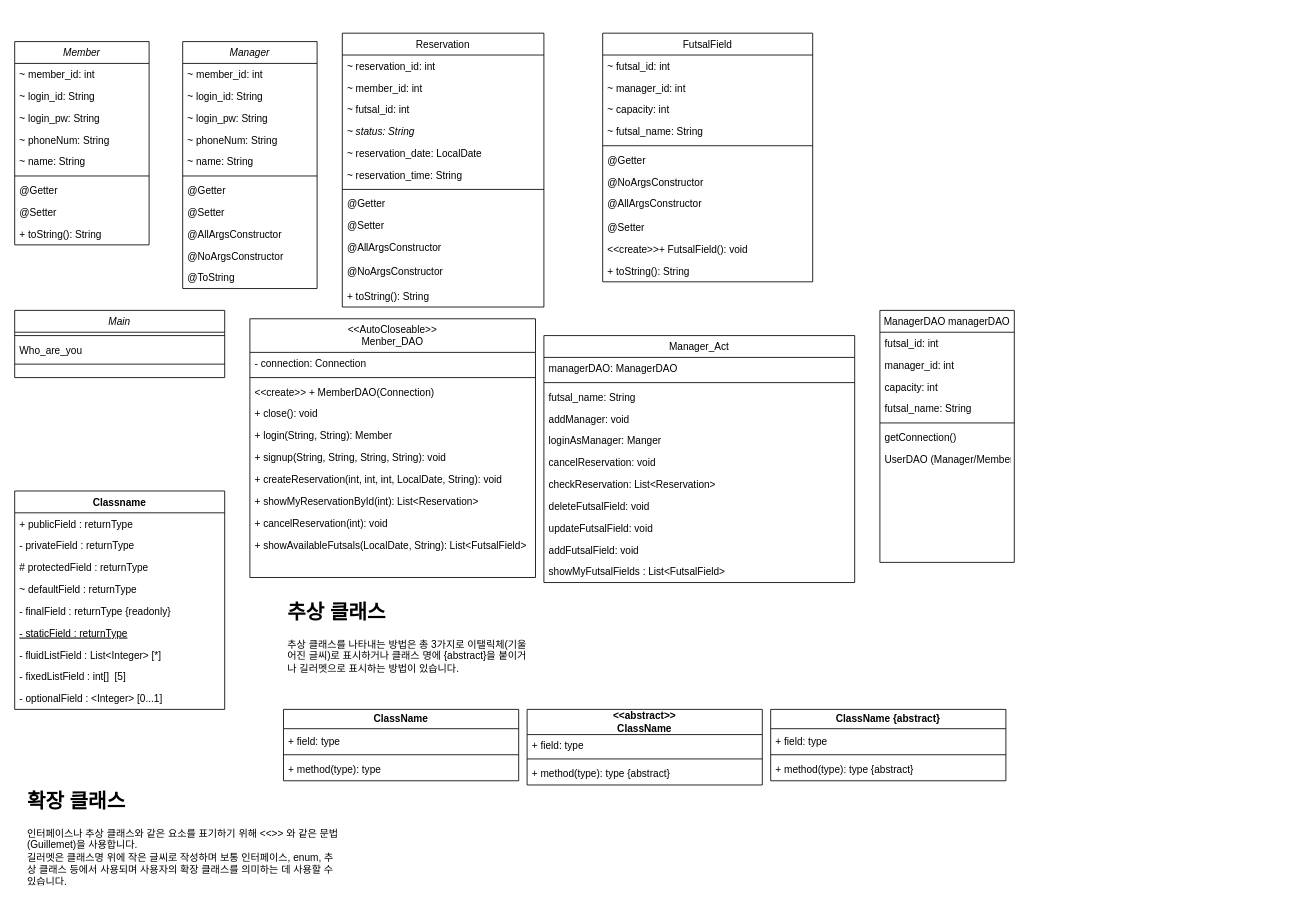
Above: page "Page-1" (1 of 2) of 풋살장 예약 시스템.drawio in mimimya/UMLs (draw.io), before the change. Source tidied: cells renumbered, new cells numbered last; positions are measured from the earlier drawing's top-left corner, leaving out a move shared by most shapes. Both pictures are drawn from the tidied source at 84%, with x=0, y=0 at pixel (14, 33).
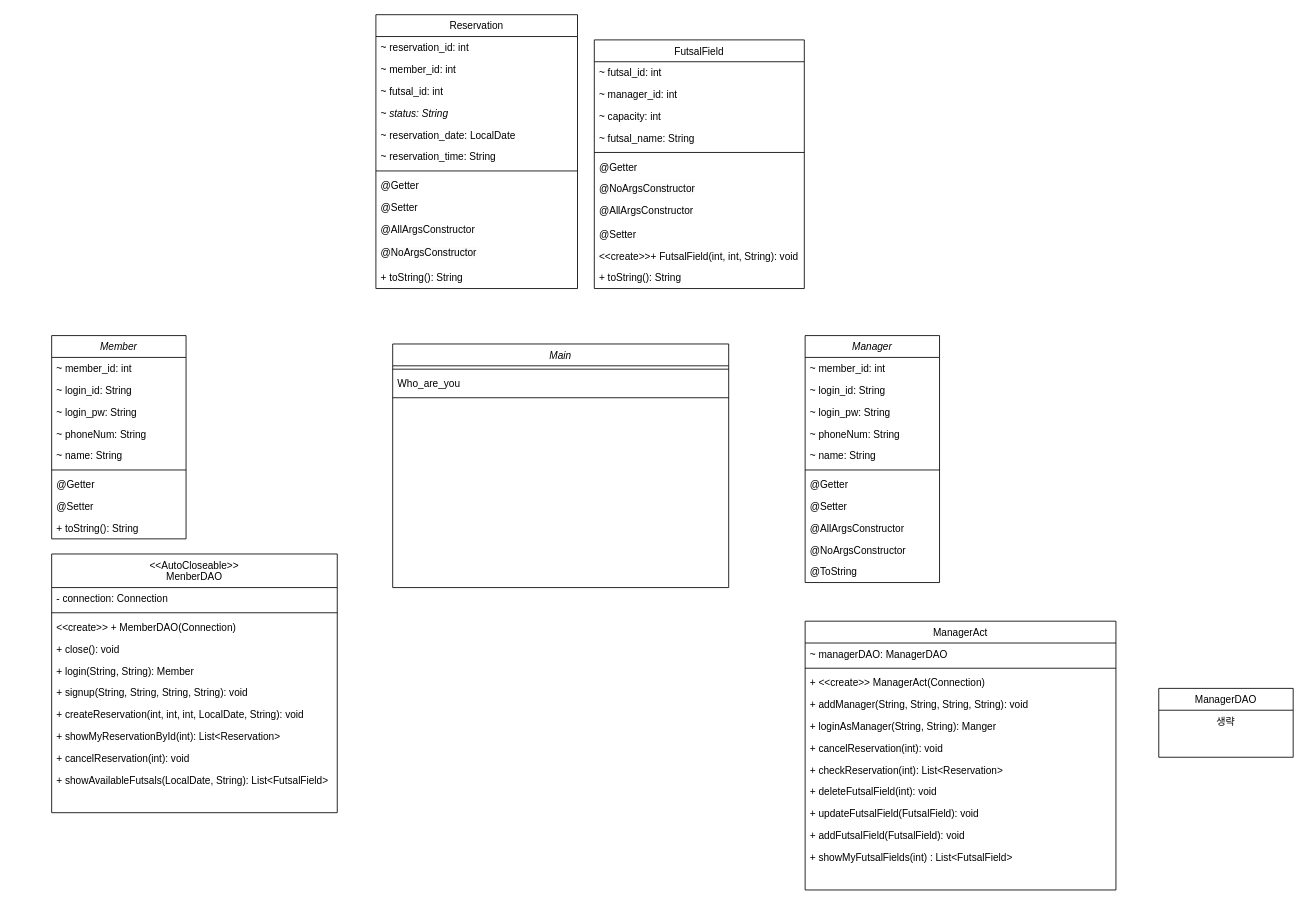
After the change.

Commit message (it also covers changes not shown here):
풋살장 예약 시스템.drawio 업데이트

What changed in the source:
```diff
@@
     <mxCell id="2" value="Member" style="swimlane;fontStyle=2;align=center;verticalAlign=top;horizontal=1;startSize=26;rounded=0;shadow=0;strokeWidth=1;" parent="1" vertex="1">
-      <mxGeometry y="10" width="160" height="242" as="geometry" />
+      <mxGeometry x="44" y="360" width="160" height="242" as="geometry" />
     </mxCell>
@@
     <mxCell id="12" value="FutsalField" style="swimlane;fontStyle=0;align=center;verticalAlign=top;horizontal=1;startSize=26;rounded=0;shadow=0;strokeWidth=1;" parent="1" vertex="1">
-      <mxGeometry x="700" width="250" height="296" as="geometry" />
+      <mxGeometry x="690" y="8" width="250" height="296" as="geometry" />
     </mxCell>
@@
-    <mxCell id="22" value="&lt;&lt;create&gt;&gt;+ FutsalField(): void" style="text;align=left;verticalAlign=top;spacingLeft=4;spacingRight=4;overflow=hidden;" parent="12" vertex="1">
+    <mxCell id="22" value="&lt;&lt;create&gt;&gt;+ FutsalField(int, int, String): void" style="text;align=left;verticalAlign=top;spacingLeft=4;spacingRight=4;overflow=hidden;" parent="12" vertex="1">
       <mxGeometry y="244" width="250" height="26" as="geometry" />
     </mxCell>
@@
     <mxCell id="24" value="Reservation" style="swimlane;fontStyle=0;align=center;verticalAlign=top;horizontal=1;startSize=26;rounded=0;shadow=0;strokeWidth=1;" parent="1" vertex="1">
-      <mxGeometry x="390" width="240" height="326" as="geometry" />
+      <mxGeometry x="430" y="-22" width="240" height="326" as="geometry" />
     </mxCell>
@@
     <mxCell id="37" value="Manager" style="swimlane;fontStyle=2;align=center;verticalAlign=top;horizontal=1;startSize=26;rounded=0;shadow=0;strokeWidth=1;" parent="1" vertex="1">
-      <mxGeometry x="200" y="10" width="160" height="294" as="geometry" />
+      <mxGeometry x="941" y="360" width="160" height="294" as="geometry" />
     </mxCell>
@@
     <mxCell id="49" value="Main" style="swimlane;fontStyle=2;align=center;verticalAlign=top;horizontal=1;startSize=26;rounded=0;shadow=0;strokeWidth=1;" parent="1" vertex="1">
-      <mxGeometry y="330" width="250" height="80" as="geometry" />
+      <mxGeometry x="450" y="370" width="400" height="290" as="geometry" />
     </mxCell>
     <mxCell id="50" style="line;html=1;strokeWidth=1;align=left;verticalAlign=middle;spacingTop=-1;spacingLeft=3;spacingRight=3;labelPosition=right;" parent="49" vertex="1">
-      <mxGeometry y="26" width="250" height="8" as="geometry" />
+      <mxGeometry y="26" width="400" height="8" as="geometry" />
     </mxCell>
     <mxCell id="51" value="Who_are_you" style="text;align=left;verticalAlign=top;spacingLeft=4;spacingRight=4;overflow=hidden;" parent="49" vertex="1">
-      <mxGeometry y="34" width="250" height="26" as="geometry" />
+      <mxGeometry y="34" width="400" height="26" as="geometry" />
     </mxCell>
     <mxCell id="52" style="line;html=1;strokeWidth=1;align=left;verticalAlign=middle;spacingTop=-1;spacingLeft=3;spacingRight=3;labelPosition=right;" parent="49" vertex="1">
-      <mxGeometry y="60" width="250" height="8" as="geometry" />
+      <mxGeometry y="60" width="400" height="8" as="geometry" />
     </mxCell>
-    <mxCell id="53" value="ManagerDAO managerDAO" style="swimlane;fontStyle=0;align=center;verticalAlign=top;horizontal=1;startSize=26;rounded=0;shadow=0;strokeWidth=1;" parent="1" vertex="1">
-      <mxGeometry x="1030" y="330" width="160" height="300" as="geometry" />
+    <mxCell id="53" value="ManagerDAO" style="swimlane;fontStyle=0;align=center;verticalAlign=top;horizontal=1;startSize=26;rounded=0;shadow=0;strokeWidth=1;" parent="1" vertex="1">
+      <mxGeometry x="1362" y="780" width="160" height="82" as="geometry" />
     </mxCell>
-    <mxCell id="54" value="futsal_id: int" style="text;align=left;verticalAlign=top;spacingLeft=4;spacingRight=4;overflow=hidden;" parent="53" vertex="1">
-      <mxGeometry y="26" width="160" height="26" as="geometry" />
-    </mxCell>
-    <mxCell id="55" value="manager_id: int" style="text;align=left;verticalAlign=top;spacingLeft=4;spacingRight=4;overflow=hidden;" parent="53" vertex="1">
-      <mxGeometry y="52" width="160" height="26" as="geometry" />
-    </mxCell>
-    <mxCell id="56" value="capacity: int" style="text;align=left;verticalAlign=top;spacingLeft=4;spacingRight=4;overflow=hidden;" parent="53" vertex="1">
-      <mxGeometry y="78" width="160" height="26" as="geometry" />
-    </mxCell>
-    <mxCell id="57" value="futsal_name: String" style="text;align=left;verticalAlign=top;spacingLeft=4;spacingRight=4;overflow=hidden;" parent="53" vertex="1">
-      <mxGeometry y="104" width="160" height="26" as="geometry" />
-    </mxCell>
-    <mxCell id="58" style="line;html=1;strokeWidth=1;align=left;verticalAlign=middle;spacingTop=-1;spacingLeft=3;spacingRight=3;labelPosition=right;" parent="53" vertex="1">
-      <mxGeometry y="130" width="160" height="8" as="geometry" />
-    </mxCell>
-    <mxCell id="59" value="getConnection()" style="text;align=left;verticalAlign=top;spacingLeft=4;spacingRight=4;overflow=hidden;" parent="53" vertex="1">
-      <mxGeometry y="138" width="160" height="26" as="geometry" />
-    </mxCell>
-    <mxCell id="60" value="UserDAO (Manager/Member" style="text;align=left;verticalAlign=top;spacingLeft=4;spacingRight=4;overflow=hidden;" parent="53" vertex="1">
-      <mxGeometry y="164" width="160" height="26" as="geometry" />
-    </mxCell>
+    <mxCell id="108" value="생략" style="text;align=center;verticalAlign=top;spacingLeft=4;spacingRight=4;overflow=hidden;" parent="53" vertex="1">
+      <mxGeometry y="26" width="160" height="26" as="geometry" />
+    </mxCell>
-    <mxCell id="61" value="Manager_Act" style="swimlane;fontStyle=0;align=center;verticalAlign=top;horizontal=1;startSize=26;rounded=0;shadow=0;strokeWidth=1;" parent="1" vertex="1">
-      <mxGeometry x="630" y="360" width="370" height="294" as="geometry" />
+    <mxCell id="61" value="ManagerAct" style="swimlane;fontStyle=0;align=center;verticalAlign=top;horizontal=1;startSize=26;rounded=0;shadow=0;strokeWidth=1;" parent="1" vertex="1">
+      <mxGeometry x="941" y="700" width="370" height="320" as="geometry" />
     </mxCell>
-    <mxCell id="62" value="managerDAO: ManagerDAO" style="text;align=left;verticalAlign=top;spacingLeft=4;spacingRight=4;overflow=hidden;" parent="61" vertex="1">
+    <mxCell id="62" value="~ managerDAO: ManagerDAO" style="text;align=left;verticalAlign=top;spacingLeft=4;spacingRight=4;overflow=hidden;" parent="61" vertex="1">
       <mxGeometry y="26" width="370" height="26" as="geometry" />
     </mxCell>
@@
-    <mxCell id="64" value="futsal_name: String" style="text;align=left;verticalAlign=top;spacingLeft=4;spacingRight=4;overflow=hidden;" parent="61" vertex="1">
-      <mxGeometry y="60" width="370" height="26" as="geometry" />
-    </mxCell>
+    <mxCell id="109" value="+ &lt;&lt;create&gt;&gt; ManagerAct(Connection)" style="text;align=left;verticalAlign=top;spacingLeft=4;spacingRight=4;overflow=hidden;" parent="61" vertex="1">
+      <mxGeometry y="60" width="370" height="26" as="geometry" />
+    </mxCell>
-    <mxCell id="65" value="addManager: void" style="text;align=left;verticalAlign=top;spacingLeft=4;spacingRight=4;overflow=hidden;" parent="61" vertex="1">
+    <mxCell id="65" value="+ addManager(String, String, String, String): void" style="text;align=left;verticalAlign=top;spacingLeft=4;spacingRight=4;overflow=hidden;" parent="61" vertex="1">
       <mxGeometry y="86" width="370" height="26" as="geometry" />
     </mxCell>
-    <mxCell id="66" value="loginAsManager: Manger" style="text;align=left;verticalAlign=top;spacingLeft=4;spacingRight=4;overflow=hidden;" parent="61" vertex="1">
+    <mxCell id="66" value="+ loginAsManager(String, String): Manger" style="text;align=left;verticalAlign=top;spacingLeft=4;spacingRight=4;overflow=hidden;" parent="61" vertex="1">
       <mxGeometry y="112" width="370" height="26" as="geometry" />
     </mxCell>
-    <mxCell id="67" value="cancelReservation: void" style="text;align=left;verticalAlign=top;spacingLeft=4;spacingRight=4;overflow=hidden;" parent="61" vertex="1">
+    <mxCell id="67" value="+ cancelReservation(int): void" style="text;align=left;verticalAlign=top;spacingLeft=4;spacingRight=4;overflow=hidden;" parent="61" vertex="1">
       <mxGeometry y="138" width="370" height="26" as="geometry" />
     </mxCell>
-    <mxCell id="68" value="checkReservation: List&lt;Reservation&gt;" style="text;align=left;verticalAlign=top;spacingLeft=4;spacingRight=4;overflow=hidden;" parent="61" vertex="1">
+    <mxCell id="68" value="+ checkReservation(int): List&lt;Reservation&gt;" style="text;align=left;verticalAlign=top;spacingLeft=4;spacingRight=4;overflow=hidden;" parent="61" vertex="1">
       <mxGeometry y="164" width="370" height="26" as="geometry" />
     </mxCell>
-    <mxCell id="69" value="deleteFutsalField: void" style="text;align=left;verticalAlign=top;spacingLeft=4;spacingRight=4;overflow=hidden;" parent="61" vertex="1">
+    <mxCell id="69" value="+ deleteFutsalField(int): void" style="text;align=left;verticalAlign=top;spacingLeft=4;spacingRight=4;overflow=hidden;" parent="61" vertex="1">
       <mxGeometry y="190" width="370" height="26" as="geometry" />
     </mxCell>
-    <mxCell id="70" value="updateFutsalField: void" style="text;align=left;verticalAlign=top;spacingLeft=4;spacingRight=4;overflow=hidden;" parent="61" vertex="1">
+    <mxCell id="70" value="+ updateFutsalField(FutsalField): void" style="text;align=left;verticalAlign=top;spacingLeft=4;spacingRight=4;overflow=hidden;" parent="61" vertex="1">
       <mxGeometry y="216" width="370" height="26" as="geometry" />
     </mxCell>
-    <mxCell id="71" value="addFutsalField: void" style="text;align=left;verticalAlign=top;spacingLeft=4;spacingRight=4;overflow=hidden;" parent="61" vertex="1">
+    <mxCell id="71" value="+ addFutsalField(FutsalField): void" style="text;align=left;verticalAlign=top;spacingLeft=4;spacingRight=4;overflow=hidden;" parent="61" vertex="1">
       <mxGeometry y="242" width="370" height="26" as="geometry" />
     </mxCell>
-    <mxCell id="72" value="showMyFutsalFields : List&lt;FutsalField&gt;" style="text;align=left;verticalAlign=top;spacingLeft=4;spacingRight=4;overflow=hidden;" parent="61" vertex="1">
+    <mxCell id="72" value="+ showMyFutsalFields(int) : List&lt;FutsalField&gt;" style="text;align=left;verticalAlign=top;spacingLeft=4;spacingRight=4;overflow=hidden;" parent="61" vertex="1">
       <mxGeometry y="268" width="370" height="26" as="geometry" />
     </mxCell>
-    <mxCell id="73" value="&lt;&lt;AutoCloseable&gt;&gt;&#10;Menber_DAO" style="swimlane;fontStyle=0;align=center;verticalAlign=top;horizontal=1;startSize=40;rounded=0;shadow=0;strokeWidth=1;spacingBottom=0;" parent="1" vertex="1">
-      <mxGeometry x="280" y="340" width="340" height="308" as="geometry" />
+    <mxCell id="73" value="&lt;&lt;AutoCloseable&gt;&gt;&#10;MenberDAO" style="swimlane;fontStyle=0;align=center;verticalAlign=top;horizontal=1;startSize=40;rounded=0;shadow=0;strokeWidth=1;spacingBottom=0;" parent="1" vertex="1">
+      <mxGeometry x="44" y="620" width="340" height="308" as="geometry" />
     </mxCell>
@@
-    <mxCell id="84" value="Classname" style="swimlane;fontStyle=1;align=center;verticalAlign=top;horizontal=1;startSize=26;rounded=0;shadow=0;strokeWidth=1;" parent="1" vertex="1">
-      <mxGeometry y="545" width="250" height="260" as="geometry" />
-    </mxCell>
-    <mxCell id="85" value="+ publicField : returnType" style="text;align=left;verticalAlign=top;spacingLeft=4;spacingRight=4;overflow=hidden;" parent="84" vertex="1">
-      <mxGeometry y="26" width="250" height="26" as="geometry" />
-    </mxCell>
-    <mxCell id="86" value="- privateField : returnType" style="text;align=left;verticalAlign=top;spacingLeft=4;spacingRight=4;overflow=hidden;" parent="84" vertex="1">
-      <mxGeometry y="52" width="250" height="26" as="geometry" />
-    </mxCell>
-    <mxCell id="87" value="# protectedField : returnType" style="text;align=left;verticalAlign=top;spacingLeft=4;spacingRight=4;overflow=hidden;" parent="84" vertex="1">
-      <mxGeometry y="78" width="250" height="26" as="geometry" />
-    </mxCell>
-    <mxCell id="88" value="~ defaultField : returnType" style="text;align=left;verticalAlign=top;spacingLeft=4;spacingRight=4;overflow=hidden;" parent="84" vertex="1">
-      <mxGeometry y="104" width="250" height="26" as="geometry" />
-    </mxCell>
-    <mxCell id="89" value="- finalField : returnType {readonly}" style="text;align=left;verticalAlign=top;spacingLeft=4;spacingRight=4;overflow=hidden;" parent="84" vertex="1">
-      <mxGeometry y="130" width="250" height="26" as="geometry" />
-    </mxCell>
-    <mxCell id="90" value="- staticField : returnType" style="text;align=left;verticalAlign=top;spacingLeft=4;spacingRight=4;overflow=hidden;fontStyle=4;" parent="84" vertex="1">
-      <mxGeometry y="156" width="250" height="26" as="geometry" />
-    </mxCell>
-    <mxCell id="91" value="- fluidListField : List&lt;Integer&gt; [*]" style="text;align=left;verticalAlign=top;spacingLeft=4;spacingRight=4;overflow=hidden;" parent="84" vertex="1">
-      <mxGeometry y="182" width="250" height="26" as="geometry" />
-    </mxCell>
-    <mxCell id="92" value="- fixedListField : int[]  [5]" style="text;align=left;verticalAlign=top;spacingLeft=4;spacingRight=4;overflow=hidden;" parent="84" vertex="1">
-      <mxGeometry y="208" width="250" height="26" as="geometry" />
-    </mxCell>
-    <mxCell id="93" value="- optionalField : &lt;Integer&gt; [0...1]" style="text;align=left;verticalAlign=top;spacingLeft=4;spacingRight=4;overflow=hidden;" parent="84" vertex="1">
-      <mxGeometry y="234" width="250" height="26" as="geometry" />
-    </mxCell>
-    <mxCell id="94" value="ClassName" style="swimlane;whiteSpace=wrap;html=1;" parent="1" vertex="1">
-      <mxGeometry x="320" y="805" width="280" height="85" as="geometry" />
-    </mxCell>
-    <mxCell id="95" value="+ field: type" style="text;align=left;verticalAlign=top;spacingLeft=4;spacingRight=4;overflow=hidden;" parent="94" vertex="1">
-      <mxGeometry y="25" width="270" height="26" as="geometry" />
-    </mxCell>
-    <mxCell id="96" style="line;html=1;strokeWidth=1;align=left;verticalAlign=middle;spacingTop=-1;spacingLeft=3;spacingRight=3;labelPosition=right;" parent="94" vertex="1">
-      <mxGeometry y="50" width="280" height="8" as="geometry" />
-    </mxCell>
-    <mxCell id="97" value="+ method(type): type" style="text;align=left;verticalAlign=top;spacingLeft=4;spacingRight=4;overflow=hidden;" parent="94" vertex="1">
-      <mxGeometry y="58" width="280" height="26" as="geometry" />
-    </mxCell>
-    <mxCell id="98" value="&lt;h1&gt;추상 클래스&lt;/h1&gt;&lt;p&gt;추상 클래스를 나타내는 방법은 총 3가지로 이탤릭체(기울어진 글씨)로 표시하거나 클래스 명에 {abstract}을 붙이거나 길러멧으로 표시하는 방법이 있습니다.&lt;br&gt;&lt;/p&gt;" style="text;html=1;strokeColor=none;fillColor=none;spacing=5;spacingTop=-20;whiteSpace=wrap;overflow=hidden;rounded=0;" parent="1" vertex="1">
-      <mxGeometry x="320" y="670" width="300" height="120" as="geometry" />
-    </mxCell>
-    <mxCell id="99" value="ClassName {abstract}" style="swimlane;whiteSpace=wrap;html=1;" parent="1" vertex="1">
-      <mxGeometry x="900" y="805" width="280" height="85" as="geometry" />
-    </mxCell>
-    <mxCell id="100" value="+ field: type" style="text;align=left;verticalAlign=top;spacingLeft=4;spacingRight=4;overflow=hidden;" parent="99" vertex="1">
-      <mxGeometry y="25" width="270" height="26" as="geometry" />
-    </mxCell>
-    <mxCell id="101" style="line;html=1;strokeWidth=1;align=left;verticalAlign=middle;spacingTop=-1;spacingLeft=3;spacingRight=3;labelPosition=right;" parent="99" vertex="1">
-      <mxGeometry y="50" width="280" height="8" as="geometry" />
-    </mxCell>
-    <mxCell id="102" value="+ method(type): type {abstract}" style="text;align=left;verticalAlign=top;spacingLeft=4;spacingRight=4;overflow=hidden;" parent="99" vertex="1">
-      <mxGeometry y="58" width="280" height="26" as="geometry" />
-    </mxCell>
-    <mxCell id="103" value="&amp;lt;&amp;lt;abstract&amp;gt;&amp;gt;&lt;br&gt;ClassName" style="swimlane;whiteSpace=wrap;html=1;startSize=30;" parent="1" vertex="1">
-      <mxGeometry x="610" y="805" width="280" height="90" as="geometry" />
-    </mxCell>
-    <mxCell id="104" value="+ field: type" style="text;align=left;verticalAlign=top;spacingLeft=4;spacingRight=4;overflow=hidden;" parent="103" vertex="1">
-      <mxGeometry y="30" width="270" height="26" as="geometry" />
-    </mxCell>
-    <mxCell id="105" style="line;html=1;strokeWidth=1;align=left;verticalAlign=middle;spacingTop=-1;spacingLeft=3;spacingRight=3;labelPosition=right;" parent="103" vertex="1">
-      <mxGeometry y="55" width="280" height="8" as="geometry" />
-    </mxCell>
-    <mxCell id="106" value="+ method(type): type {abstract}" style="text;align=left;verticalAlign=top;spacingLeft=4;spacingRight=4;overflow=hidden;" parent="103" vertex="1">
-      <mxGeometry y="63" width="280" height="26" as="geometry" />
-    </mxCell>
-    <mxCell id="107" value="&lt;h1&gt;확장 클래스&lt;/h1&gt;&lt;p&gt;인터페이스나 추상 클래스와 같은 요소를 표기하기 위해 &amp;lt;&amp;lt;&amp;gt;&amp;gt; 와 같은 문법 (Guillemet)을 사용합니다.&lt;br&gt;길러멧은 클래스명 위에 작은 글씨로 작성하며 보통 인터페이스, enum, 추상 클래스 등에서 사용되며 사용자의 확장 클래스를 의미하는 데 사용할 수 있습니다.&lt;/p&gt;" style="text;html=1;strokeColor=none;fillColor=none;spacing=5;spacingTop=-20;whiteSpace=wrap;overflow=hidden;rounded=0;" parent="1" vertex="1">
-      <mxGeometry x="10" y="895" width="380" height="120" as="geometry" />
-    </mxCell>
```
